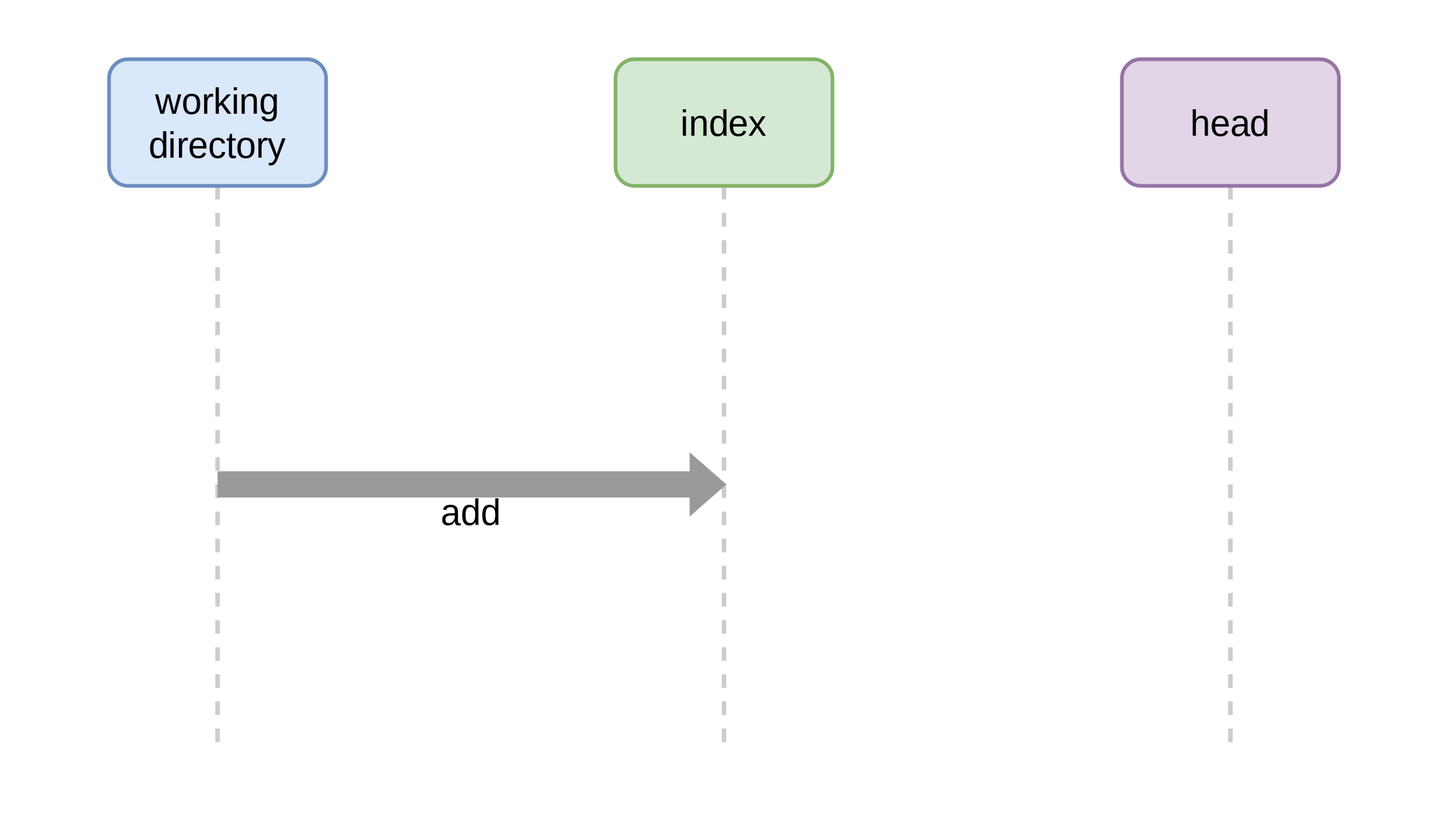
Earlier version of the draw.io export public/git-three-trees-annotated-add.svg (tvannoy/intro-to-git). Source tidied: cells renumbered, new cells last; positions are measured from the earlier drawing's top-left corner, leaving out a move shared by most shapes.
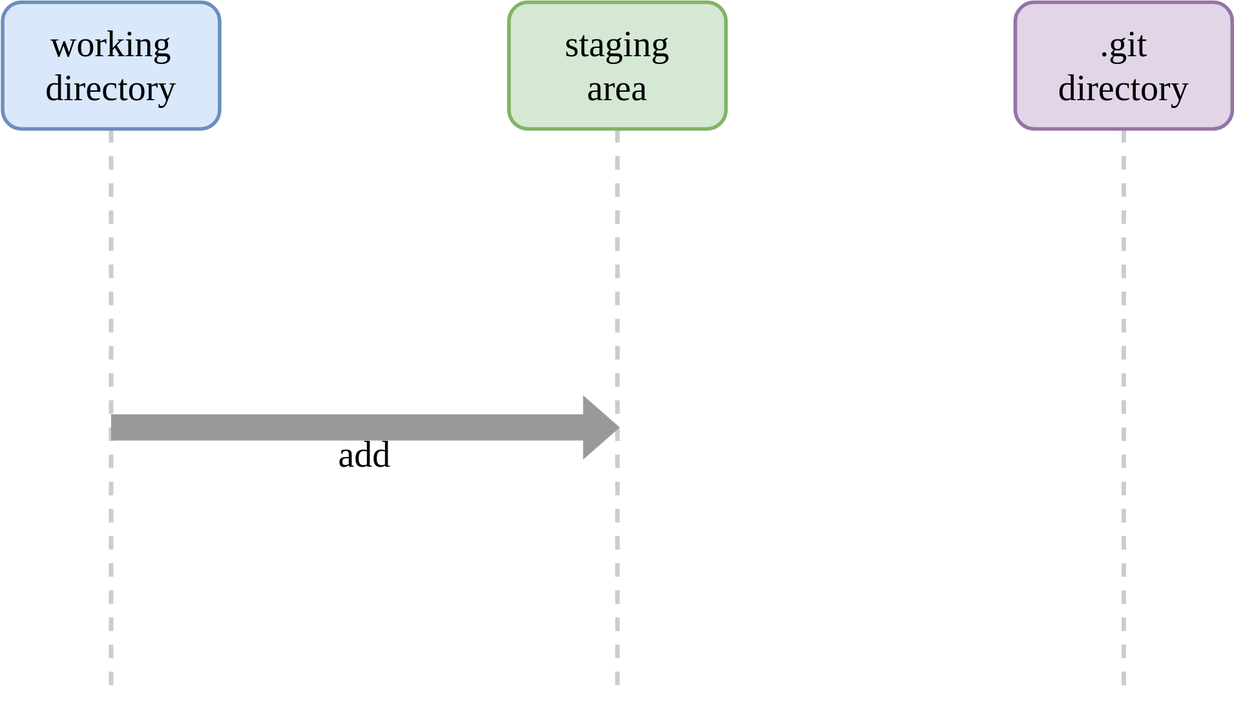
After the change.

Commit message:
update "three tree" names to be more clear

The edit, as a diff of the source:
```diff
@@ -18,7 +18,7 @@
         <mxPoint x="680" y="760" as="targetPoint" />
       </mxGeometry>
     </mxCell>
-    <mxCell id="6" value="&lt;font face=&quot;Source Sans Pro&quot; style=&quot;font-size: 40px;&quot;&gt;index&lt;/font&gt;" style="rounded=1;whiteSpace=wrap;html=1;fillColor=#d5e8d4;strokeColor=#82b366;strokeWidth=4;fontSize=40;" parent="2" vertex="1">
+    <mxCell id="6" value="&lt;font face=&quot;Source Sans Pro&quot; style=&quot;font-size: 40px;&quot;&gt;staging&lt;br&gt;area&lt;br&gt;&lt;/font&gt;" style="rounded=1;whiteSpace=wrap;html=1;fillColor=#d5e8d4;strokeColor=#82b366;strokeWidth=4;fontSize=40;" parent="2" vertex="1">
       <mxGeometry x="560" width="240" height="140" as="geometry" />
     </mxCell>
     <mxCell id="7" style="edgeStyle=orthogonalEdgeStyle;rounded=0;jettySize=auto;html=1;exitX=0.5;exitY=1;exitDx=0;exitDy=0;dashed=1;labelBackgroundColor=none;strokeColor=#CCCCCC;strokeWidth=5;fontFamily=Source Sans Pro;fontSource=https%3A%2F%2Ffonts.googleapis.com%2Fcss%3Ffamily%3DSource%2BSans%2BPro;fontSize=40;startArrow=none;startFill=0;endArrow=none;endFill=0;fillColor=#999999;" parent="2" edge="1" source="8">
@@ -26,7 +26,7 @@
         <mxPoint x="1240" y="770" as="targetPoint" />
       </mxGeometry>
     </mxCell>
-    <mxCell id="8" value="&lt;font face=&quot;Source Sans Pro&quot; style=&quot;font-size: 40px;&quot;&gt;head&lt;/font&gt;" style="rounded=1;whiteSpace=wrap;html=1;fillColor=#e1d5e7;strokeColor=#9673a6;strokeWidth=4;fontSize=40;" parent="2" vertex="1">
+    <mxCell id="8" value="&lt;font face=&quot;Source Sans Pro&quot; style=&quot;font-size: 40px;&quot;&gt;.git&lt;br&gt;directory&lt;br&gt;&lt;/font&gt;" style="rounded=1;whiteSpace=wrap;html=1;fillColor=#e1d5e7;strokeColor=#9673a6;strokeWidth=4;fontSize=40;" parent="2" vertex="1">
       <mxGeometry x="1120" width="240" height="140" as="geometry" />
     </mxCell>
     <mxCell id="9" value="add" style="shape=flexArrow;endArrow=none;html=1;rounded=0;fontFamily=Source Sans Pro;fontSource=https%3A%2F%2Ffonts.googleapis.com%2Fcss%3Ffamily%3DSource%2BSans%2BPro;fontSize=40;strokeWidth=10;fillColor=#999999;strokeColor=#999999;labelBackgroundColor=none;spacingTop=60;startArrow=block;endFill=0;" parent="2" edge="1">
```
